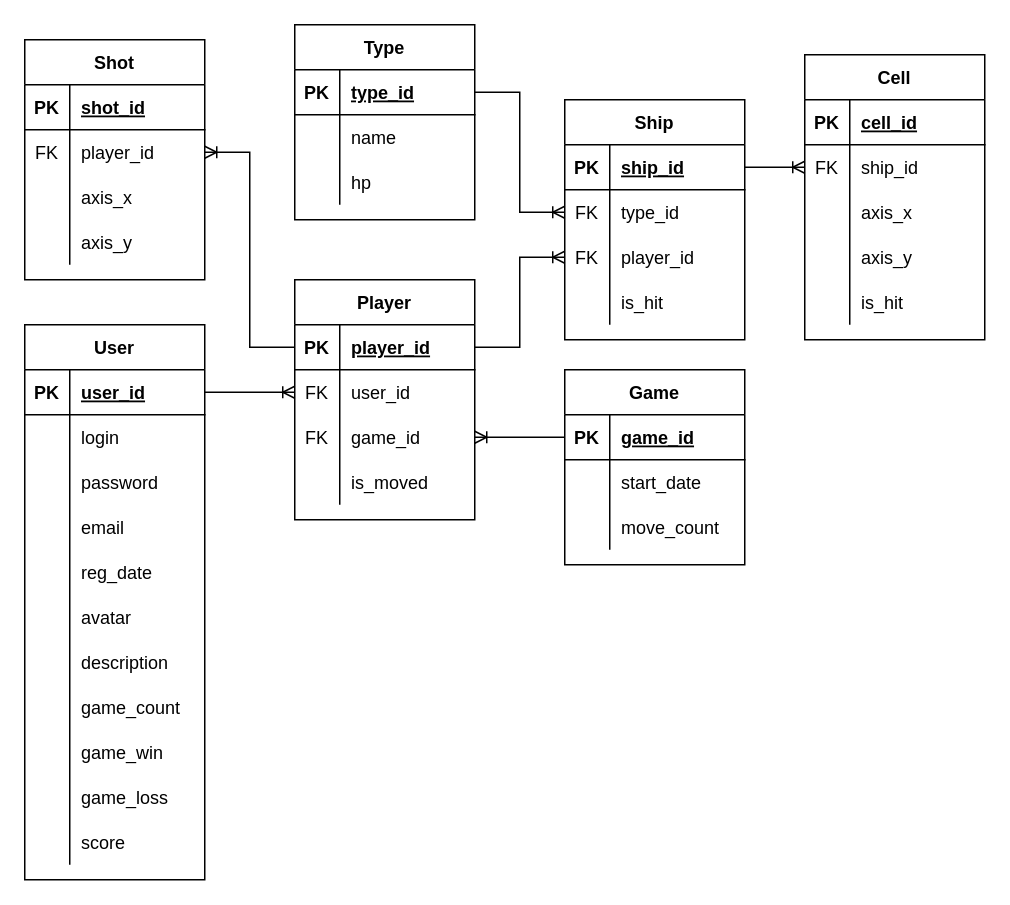
Before: database/ER-модель.drawio in Shaan-kun/battleship, a draw.io diagram. Source tidied: cells renumbered, new cells numbered last; positions are measured from the earlier drawing's top-left corner, leaving out a move shared by most shapes. Both pictures are drawn from the tidied source at 150%, with x=0, y=0 at pixel (24, 24).
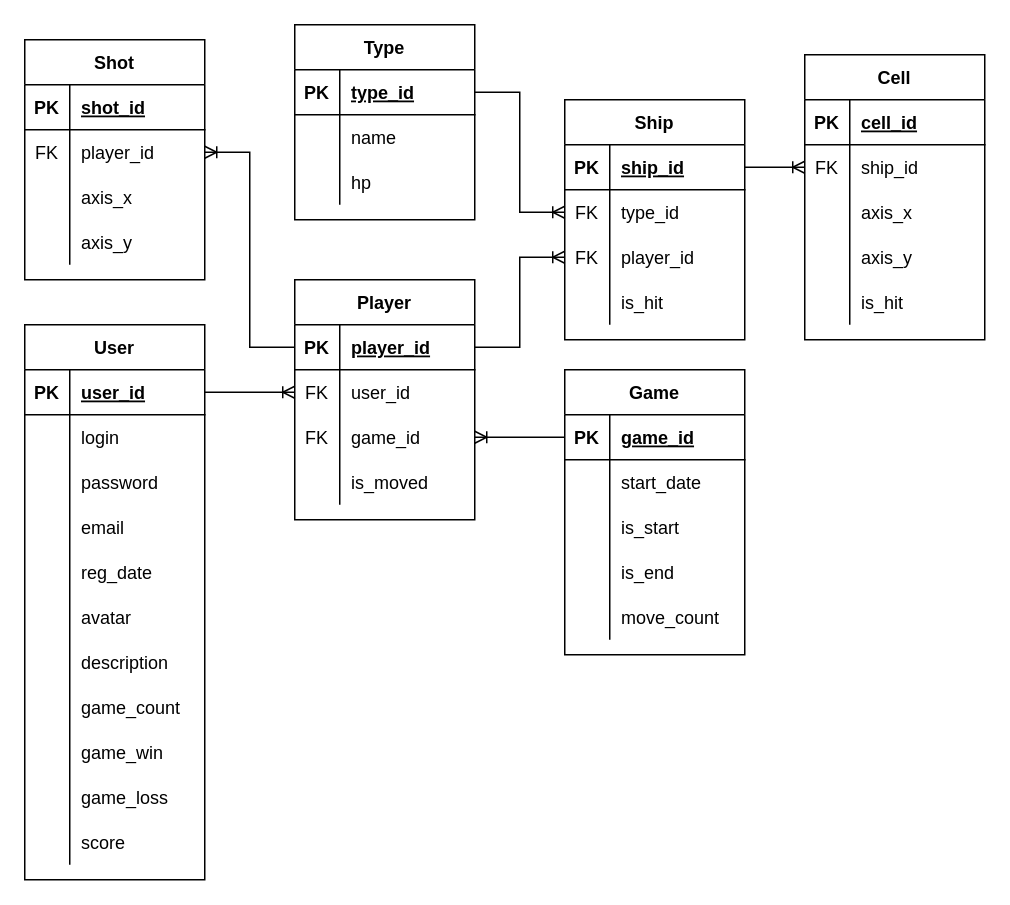
After the change.

What changed in the source:
```diff
@@
     <mxCell id="36" value="Game" style="shape=table;startSize=30;childLayout=tableLayout;rowLines=0;fontStyle=1;align=center;" parent="1" vertex="1">
-      <mxGeometry x="360" y="230" width="120" height="130" as="geometry" />
+      <mxGeometry x="360" y="230" width="120" height="190" as="geometry" />
     </mxCell>
@@
+    <mxCell id="117" style="shape=tableRow;horizontal=0;startSize=0;swimlaneHead=0;swimlaneBody=0;fillColor=none;top=0;left=0;right=0;bottom=0;" parent="36" vertex="1">
+      <mxGeometry y="90" width="120" height="30" as="geometry" />
+    </mxCell>
+    <mxCell id="118" style="shape=partialRectangle;fillColor=none;top=0;left=0;bottom=0;right=0;overflow=hidden;" parent="117" vertex="1">
+      <mxGeometry width="30" height="30" as="geometry" />
+    </mxCell>
+    <mxCell id="119" value="is_start" style="shape=partialRectangle;fillColor=none;top=0;left=0;bottom=0;right=0;align=left;spacingLeft=6;overflow=hidden;" parent="117" vertex="1">
+      <mxGeometry x="30" width="90" height="30" as="geometry" />
+    </mxCell>
+    <mxCell id="120" style="shape=tableRow;horizontal=0;startSize=0;swimlaneHead=0;swimlaneBody=0;fillColor=none;top=0;left=0;right=0;bottom=0;" parent="36" vertex="1">
+      <mxGeometry y="120" width="120" height="30" as="geometry" />
+    </mxCell>
+    <mxCell id="121" style="shape=partialRectangle;fillColor=none;top=0;left=0;bottom=0;right=0;overflow=hidden;" parent="120" vertex="1">
+      <mxGeometry width="30" height="30" as="geometry" />
+    </mxCell>
+    <mxCell id="122" value="is_end" style="shape=partialRectangle;fillColor=none;top=0;left=0;bottom=0;right=0;align=left;spacingLeft=6;overflow=hidden;" parent="120" vertex="1">
+      <mxGeometry x="30" width="90" height="30" as="geometry" />
+    </mxCell>
     <mxCell id="43" style="shape=tableRow;horizontal=0;startSize=0;swimlaneHead=0;swimlaneBody=0;fillColor=none;top=0;left=0;right=0;bottom=0;" parent="36" vertex="1">
-      <mxGeometry y="90" width="120" height="30" as="geometry" />
+      <mxGeometry y="150" width="120" height="30" as="geometry" />
     </mxCell>
```
